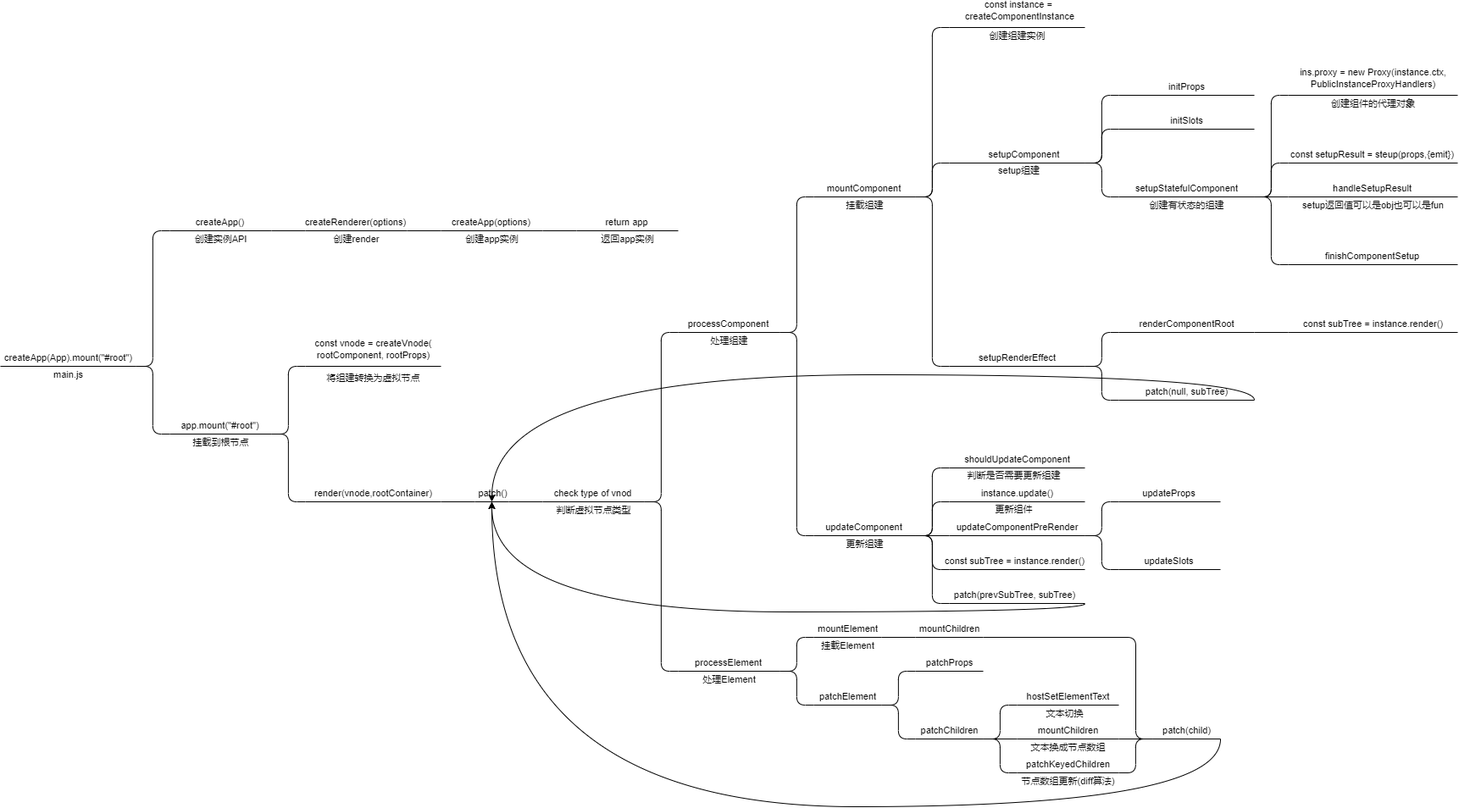
This is docs/.vuepress/public/images/VUE3SourceCode/runtime.drawio.png from Roman-29/Blog, a draw.io export, as it was before one commit. Source tidied: cells renumbered, new cells last; positions are measured from the earlier drawing's top-left corner, leaving out a move shared by most shapes.
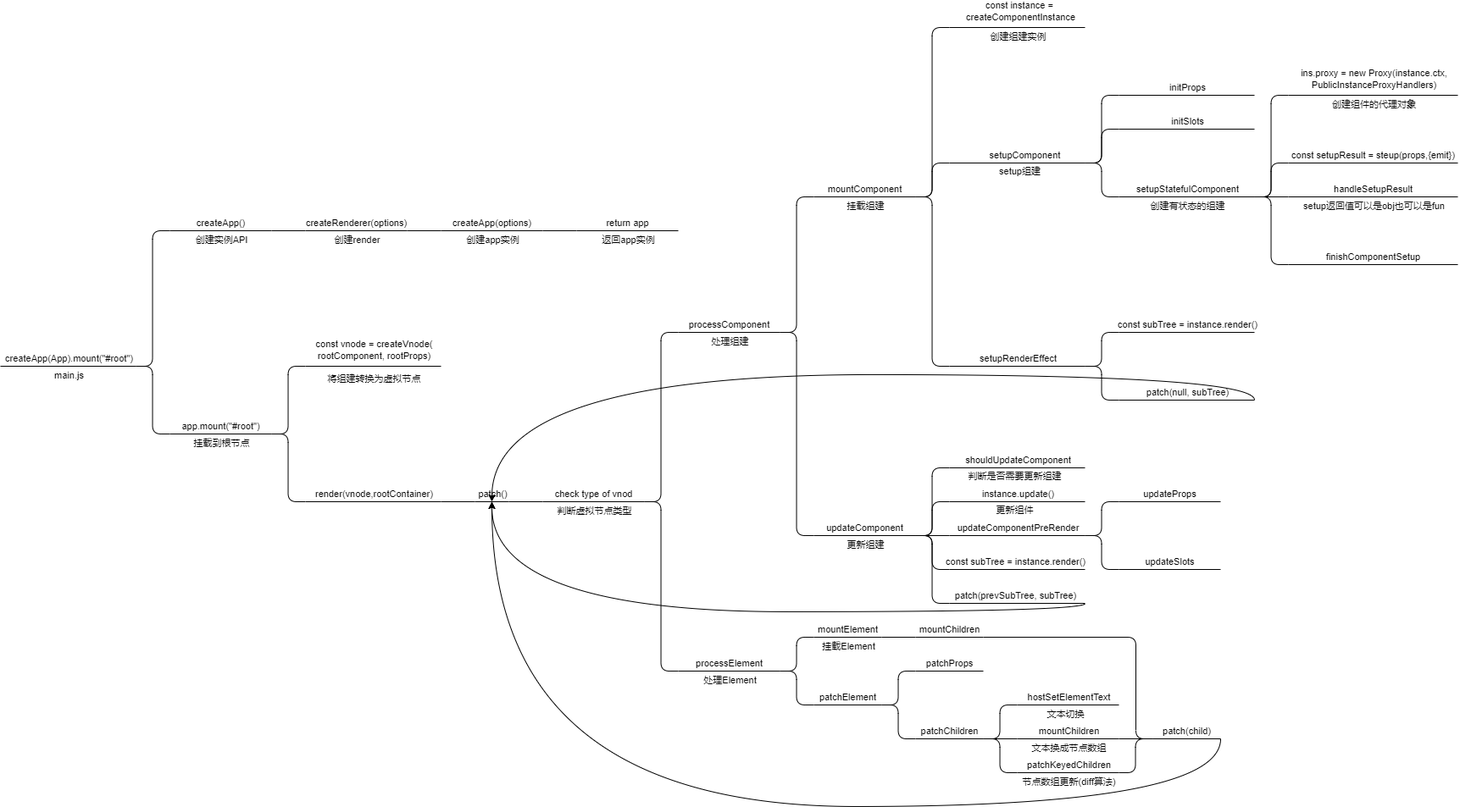
After the change.

The edit, as a diff of the source:
```diff
@@ -240,17 +240,6 @@
         <mxPoint x="-43" y="-11" as="offset" />
       </mxGeometry>
     </mxCell>
-    <mxCell id="49" style="endArrow=none;html=1;rounded=1;" parent="1" edge="1">
-      <mxGeometry relative="1" as="geometry">
-        <mxPoint x="1320" y="360" as="sourcePoint" />
-        <mxPoint x="1480" y="360" as="targetPoint" />
-      </mxGeometry>
-    </mxCell>
-    <mxCell id="50" value="renderComponentRoot" style="edgeLabel;html=1;align=center;verticalAlign=middle;" parent="49" vertex="1">
-      <mxGeometry x="0.16" y="3" relative="1" as="geometry">
-        <mxPoint x="-13" y="-7" as="offset" />
-      </mxGeometry>
-    </mxCell>
     <mxCell id="51" style="endArrow=none;html=1;rounded=1;edgeStyle=elbowEdgeStyle;" parent="1" edge="1">
       <mxGeometry relative="1" as="geometry">
         <mxPoint x="320" y="480" as="sourcePoint" />
@@ -360,21 +349,15 @@
     </mxCell>
     <mxCell id="69" style="endArrow=none;html=1;rounded=1;" parent="1" edge="1">
       <mxGeometry relative="1" as="geometry">
-        <mxPoint x="1520" y="360" as="sourcePoint" />
-        <mxPoint x="1720" y="360" as="targetPoint" />
+        <mxPoint x="1320" y="360" as="sourcePoint" />
+        <mxPoint x="1480" y="360" as="targetPoint" />
       </mxGeometry>
     </mxCell>
     <mxCell id="70" value="const subTree = instance.render()" style="edgeLabel;html=1;align=center;verticalAlign=middle;" parent="69" vertex="1">
       <mxGeometry x="0.16" y="3" relative="1" as="geometry">
-        <mxPoint x="-16" y="-7" as="offset" />
+        <mxPoint x="-13" y="-7" as="offset" />
       </mxGeometry>
     </mxCell>
-    <mxCell id="71" style="endArrow=none;html=1;rounded=1;" parent="1" edge="1">
-      <mxGeometry relative="1" as="geometry">
-        <mxPoint x="1480" y="360" as="sourcePoint" />
-        <mxPoint x="1520" y="360" as="targetPoint" />
-      </mxGeometry>
-    </mxCell>
     <mxCell id="72" style="endArrow=none;html=1;rounded=1;edgeStyle=elbowEdgeStyle;" parent="1" edge="1">
       <mxGeometry relative="1" as="geometry">
         <mxPoint x="1320" y="360" as="sourcePoint" />
```
